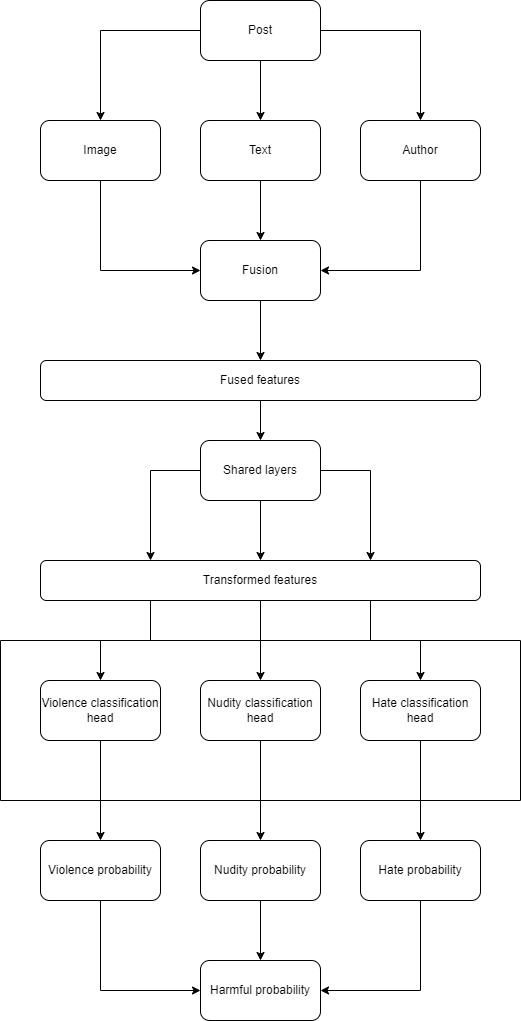
riehseun/riehseun.github.io keeps this draw.io diagram as img/machine-learning-system-design/harmful-content-detection7.png. Above is the earlier version. Source tidied: cells renumbered, new cells last; positions are measured from the earlier drawing's top-left corner, leaving out a move shared by most shapes.
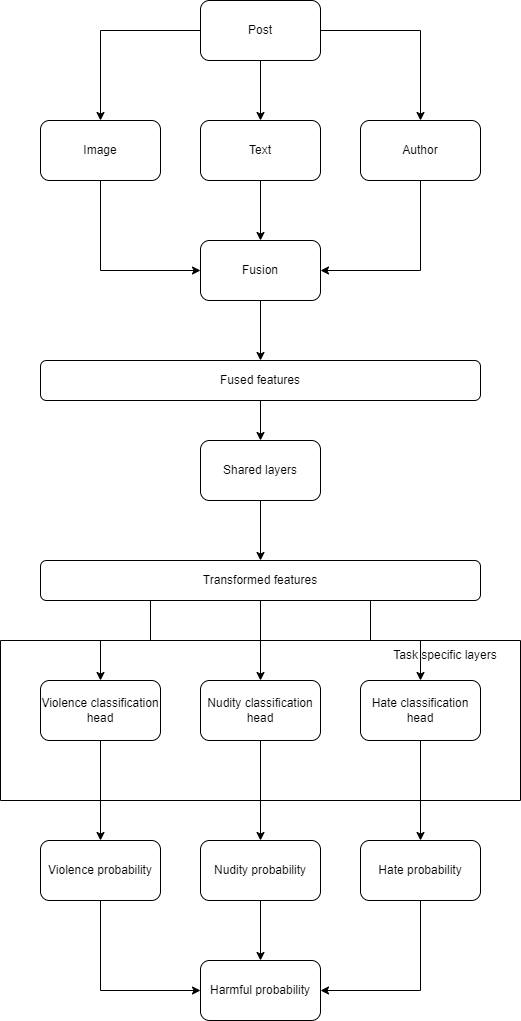
After the commit.

The edit, as a diff of the source:
```diff
@@ -47,16 +47,6 @@
     <mxCell id="16" style="edgeStyle=orthogonalEdgeStyle;rounded=0;jettySize=auto;html=1;exitX=0.5;exitY=1;exitDx=0;exitDy=0;entryX=0.5;entryY=0;entryDx=0;entryDy=0;" parent="1" edge="1" source="19" target="23">
       <mxGeometry relative="1" as="geometry" />
     </mxCell>
-    <mxCell id="17" style="edgeStyle=orthogonalEdgeStyle;rounded=0;jettySize=auto;html=1;exitX=1;exitY=0.5;exitDx=0;exitDy=0;entryX=0.75;entryY=0;entryDx=0;entryDy=0;" parent="1" edge="1" source="19" target="23">
-      <mxGeometry relative="1" as="geometry" />
-    </mxCell>
-    <mxCell id="18" style="edgeStyle=orthogonalEdgeStyle;rounded=0;jettySize=auto;html=1;exitX=0;exitY=0.5;exitDx=0;exitDy=0;entryX=0.25;entryY=0;entryDx=0;entryDy=0;" parent="1" edge="1" source="19" target="23">
-      <mxGeometry relative="1" as="geometry">
-        <Array as="points">
-          <mxPoint x="150" y="470" />
-        </Array>
-      </mxGeometry>
-    </mxCell>
     <mxCell id="19" value="Shared layers" style="rounded=1;whiteSpace=wrap;html=1;" parent="1" vertex="1">
       <mxGeometry x="200" y="440" width="120" height="60" as="geometry" />
     </mxCell>
@@ -75,6 +65,9 @@
     <mxCell id="24" style="swimlane;startSize=0;" parent="1" vertex="1">
       <mxGeometry y="640" width="520" height="160" as="geometry" />
     </mxCell>
+    <mxCell id="38" value="Task specific layers" style="text;html=1;strokeColor=none;fillColor=none;align=center;verticalAlign=middle;whiteSpace=wrap;rounded=0;" parent="24" vertex="1">
+      <mxGeometry x="370" width="150" height="30" as="geometry" />
+    </mxCell>
     <mxCell id="25" style="edgeStyle=orthogonalEdgeStyle;rounded=0;jettySize=auto;html=1;exitX=0;exitY=0.5;exitDx=0;exitDy=0;entryX=0.5;entryY=0;entryDx=0;entryDy=0;" parent="1" edge="1" source="28" target="30">
       <mxGeometry relative="1" as="geometry" />
     </mxCell>
```
